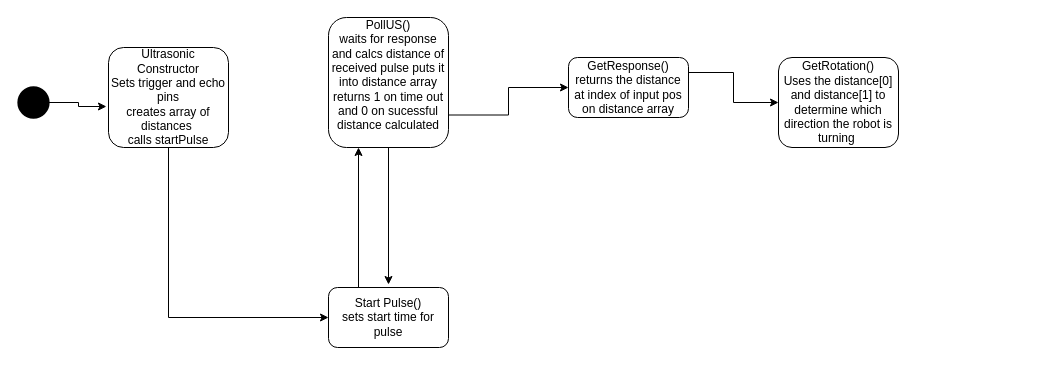
The draw.io diagram Diagrams/Ultrasonic diagram.drawio in Daniel-Git-Hub/ENGG3000_T6, before the edit. Source tidied: cells renumbered, new cells numbered last; positions are measured from the earlier drawing's top-left corner, leaving out a move shared by most shapes. Both pictures are drawn from the tidied source at 100%, with x=0, y=0 at pixel (18, 17).
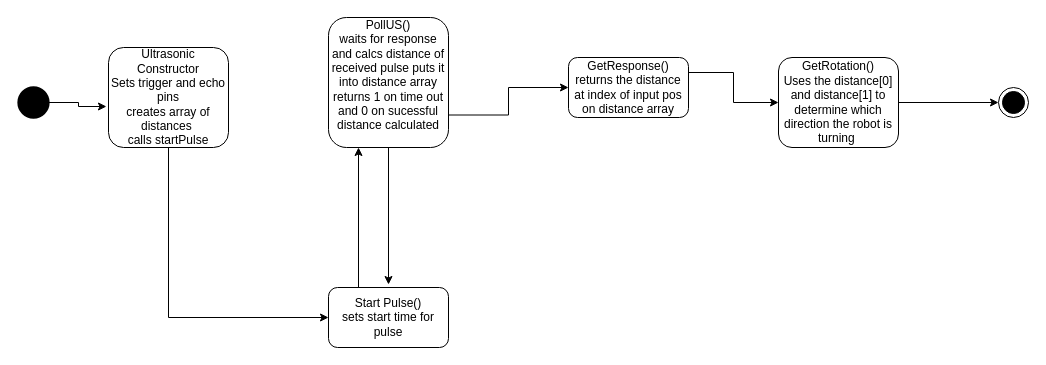
After the change.

The edit, as a diff of the source:
```diff
@@
 <mxGraphModel>
   <root>
     <mxCell id="0" />
     <mxCell id="1" parent="0" />
     <mxCell id="2" style="edgeStyle=orthogonalEdgeStyle;rounded=0;jettySize=auto;html=1;exitX=0.25;exitY=0;exitDx=0;exitDy=0;entryX=0.25;entryY=1;entryDx=0;entryDy=0;" parent="1" edge="1" source="3" target="6">
       <mxGeometry relative="1" as="geometry" />
     </mxCell>
     <mxCell id="3" value="Start Pulse()&lt;br&gt;sets start time for pulse" style="whiteSpace=wrap;html=1;rounded=1;" parent="1" vertex="1">
       <mxGeometry x="310" y="270" width="120" height="60" as="geometry" />
     </mxCell>
     <mxCell id="4" style="edgeStyle=orthogonalEdgeStyle;rounded=0;jettySize=auto;html=1;exitX=0.5;exitY=1;exitDx=0;exitDy=0;" parent="1" edge="1" source="6">
       <mxGeometry relative="1" as="geometry">
         <mxPoint x="370" y="267" as="targetPoint" />
         <Array as="points">
           <mxPoint x="370" y="267" />
         </Array>
       </mxGeometry>
     </mxCell>
     <mxCell id="5" style="edgeStyle=orthogonalEdgeStyle;rounded=0;jettySize=auto;html=1;exitX=1;exitY=0.75;exitDx=0;exitDy=0;entryX=0;entryY=0.5;entryDx=0;entryDy=0;" parent="1" edge="1" source="6" target="8">
       <mxGeometry relative="1" as="geometry" />
     </mxCell>
     <mxCell id="6" value="PollUS()&lt;br&gt;waits for response and calcs distance of received pulse puts it into distance array&lt;br&gt;returns 1 on time out and 0 on sucessful distance calculated&lt;br&gt;&amp;nbsp;" style="rounded=1;whiteSpace=wrap;html=1;" parent="1" vertex="1">
       <mxGeometry x="310" width="120" height="130" as="geometry" />
     </mxCell>
     <mxCell id="7" style="edgeStyle=orthogonalEdgeStyle;rounded=0;jettySize=auto;html=1;exitX=1;exitY=0.25;exitDx=0;exitDy=0;entryX=0;entryY=0.5;entryDx=0;entryDy=0;" parent="1" edge="1" source="8" target="9">
       <mxGeometry relative="1" as="geometry" />
     </mxCell>
     <mxCell id="8" value="GetResponse()&lt;br&gt;returns the distance at index of input pos on distance array" style="rounded=1;whiteSpace=wrap;html=1;" parent="1" vertex="1">
       <mxGeometry x="550" y="40" width="120" height="60" as="geometry" />
     </mxCell>
+    <mxCell id="14" style="edgeStyle=orthogonalEdgeStyle;rounded=0;jettySize=auto;html=1;" parent="1" edge="1" source="9" target="15">
+      <mxGeometry relative="1" as="geometry" />
+    </mxCell>
     <mxCell id="9" value="GetRotation()&lt;br&gt;Uses the distance[0] and distance[1] to determine which direction the robot is turning&amp;nbsp;" style="whiteSpace=wrap;html=1;rounded=1;" parent="1" vertex="1">
       <mxGeometry x="760" y="40" width="120" height="90" as="geometry" />
     </mxCell>
     <mxCell id="10" style="edgeStyle=orthogonalEdgeStyle;rounded=0;jettySize=auto;html=1;exitX=0.5;exitY=1;exitDx=0;exitDy=0;entryX=0;entryY=0.5;entryDx=0;entryDy=0;" parent="1" edge="1" source="11" target="3">
       <mxGeometry relative="1" as="geometry" />
     </mxCell>
     <mxCell id="11" value="Ultrasonic Constructor&lt;br&gt;Sets trigger and echo pins&lt;br&gt;creates array of distances&amp;nbsp;&lt;br&gt;calls startPulse" style="whiteSpace=wrap;html=1;rounded=1;" parent="1" vertex="1">
       <mxGeometry x="90" y="30" width="120" height="100" as="geometry" />
     </mxCell>
     <mxCell id="12" style="edgeStyle=orthogonalEdgeStyle;rounded=0;jettySize=auto;html=1;entryX=-0.017;entryY=0.59;entryDx=0;entryDy=0;entryPerimeter=0;" parent="1" edge="1" source="13" target="11">
       <mxGeometry relative="1" as="geometry" />
     </mxCell>
     <mxCell id="13" style="html=1;overflow=block;blockSpacing=1;whiteSpace=wrap;ellipse;fillColor=#000000;whiteSpace=wrap;fontSize=13;spacing=0;strokeOpacity=100;fillOpacity=100;rounded=1;absoluteArcSize=1;arcSize=9;strokeWidth=2.3;" parent="1" vertex="1">
       <mxGeometry y="70" width="30" height="30" as="geometry" />
     </mxCell>
+    <mxCell id="15" style="ellipse;html=1;shape=endState;fillColor=#000000;strokeColor=#000000;" parent="1" vertex="1">
+      <mxGeometry x="980" y="70" width="30" height="30" as="geometry" />
+    </mxCell>
   </root>
 </mxGraphModel>
```
